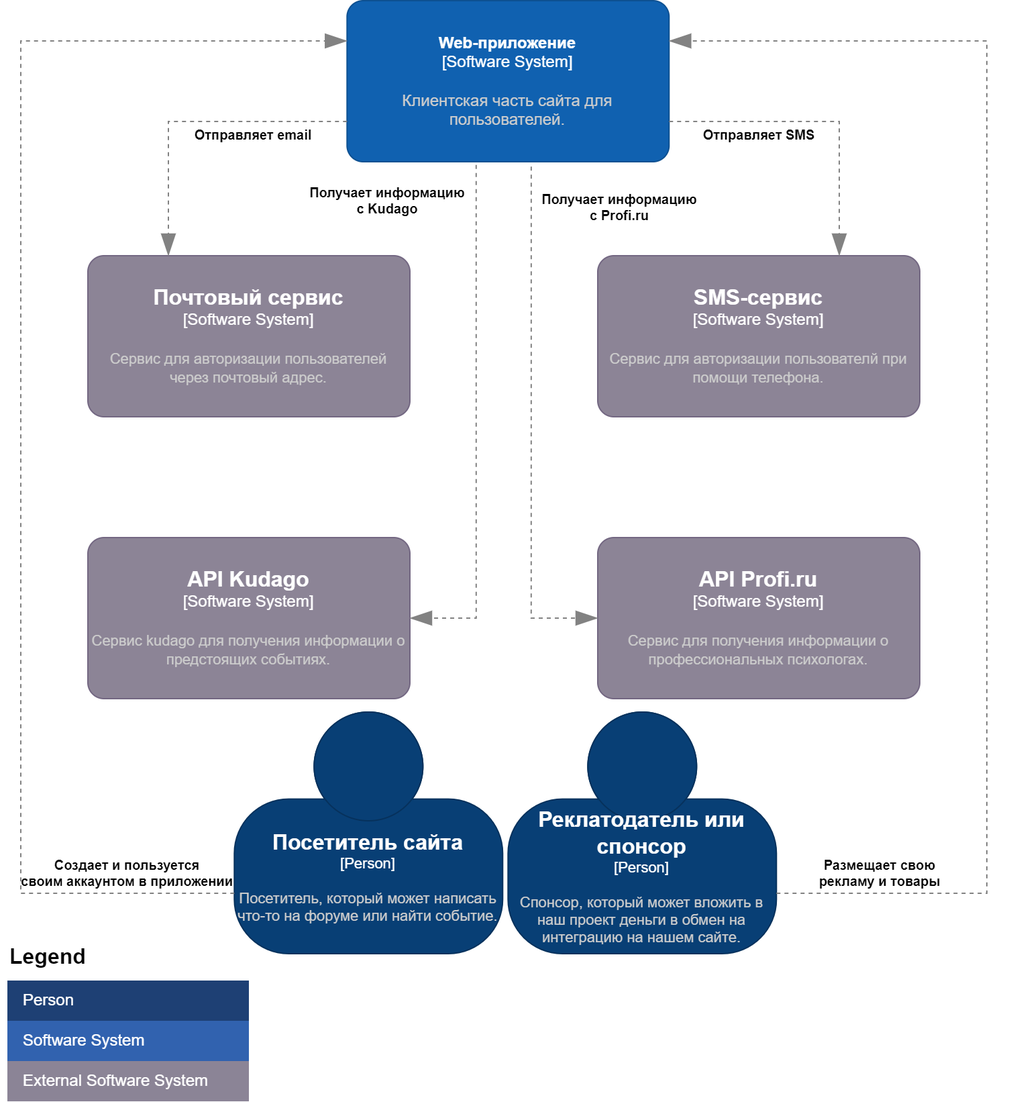
Earlier version of the draw.io export docs/C4/Context - Арясин.drawio.png (Redegit/ThisTooShallPass). Source tidied: cells renumbered, new cells last; positions are measured from the earlier drawing's top-left corner, leaving out a move shared by most shapes.
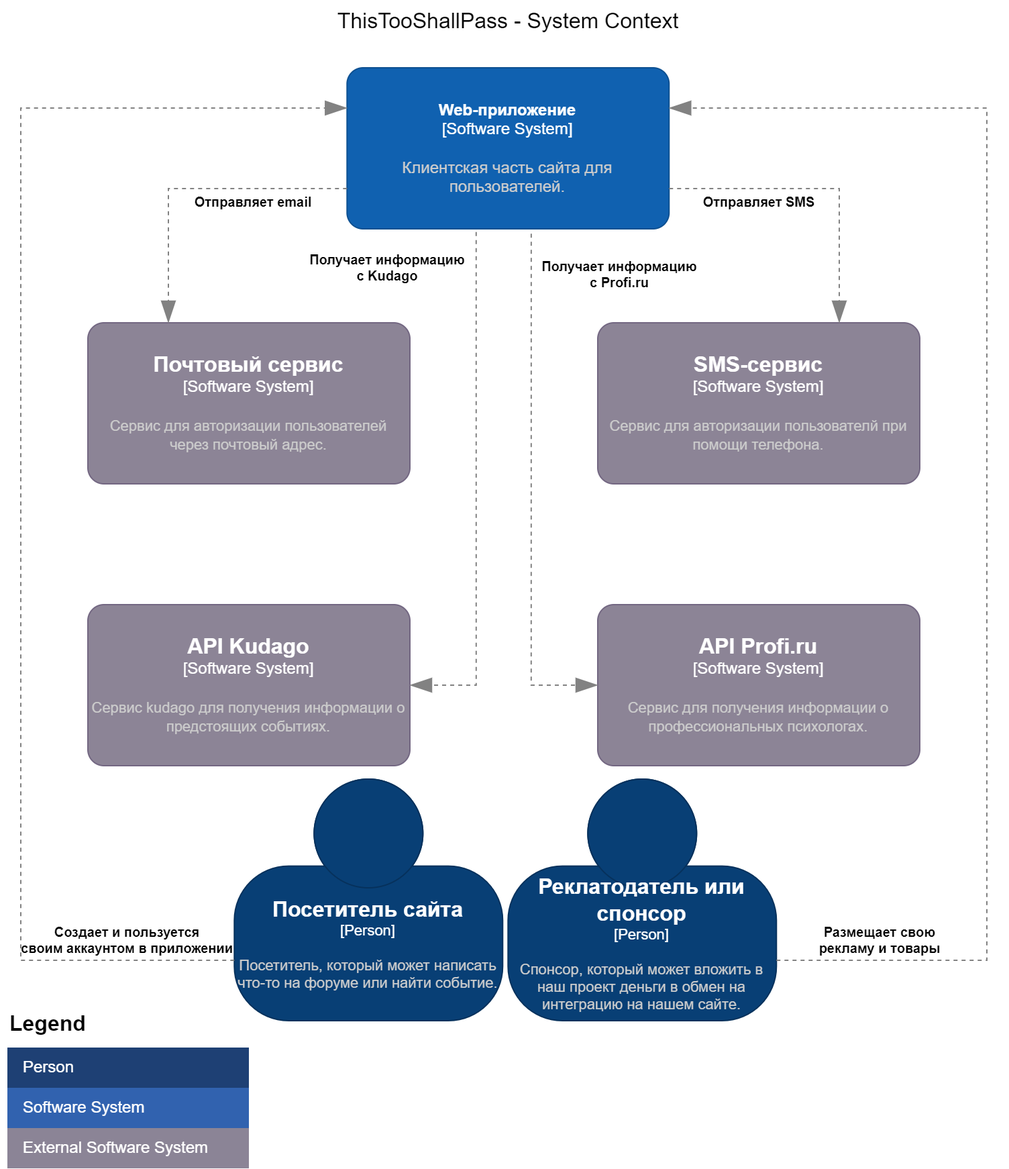
Later version of the same file.

What changed in the source:
```diff
@@ -97,5 +97,8 @@
     <mxCell id="19" value="External Software System" style="shape=partialRectangle;html=1;whiteSpace=wrap;fillColor=#8B8496;top=0;left=0;bottom=0;right=0;overflow=hidden;align=left;spacingLeft=10;fontColor=#FFFFFF;fontSize=12;" parent="16" vertex="1">
       <mxGeometry y="60" width="180" height="30" as="geometry" />
     </mxCell>
+    <mxCell id="20" value="&lt;font style=&quot;font-size: 16px;&quot;&gt;ThisTooShallPass - System Context&lt;/font&gt;" style="text;html=1;align=center;verticalAlign=middle;strokeColor=none;fillColor=none;" parent="1" vertex="1">
+      <mxGeometry x="233.1" y="-50" width="280" height="30" as="geometry" />
+    </mxCell>
   </root>
 </mxGraphModel>
```
